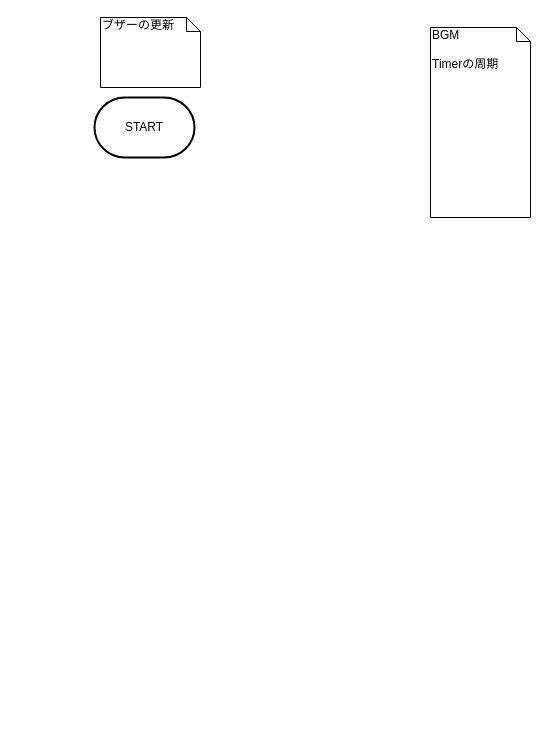
Earlier version of the draw.io diagram page "ブザーの更新" (2 of 3) of 資料/設計書/フローチャート/モグラ叩き_Buzzer.drawio (hakohumi/comp.train.whack-a-mole). Source tidied: cells renumbered, new cells numbered last; positions are measured from the earlier drawing's top-left corner, leaving out a move shared by most shapes. Both pictures are drawn from the tidied source at 100%, with x=0, y=0 at pixel (94, 17).
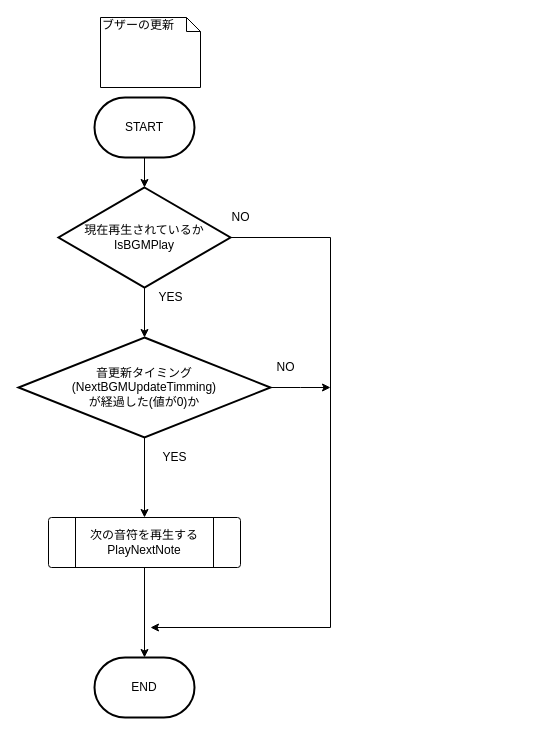
Above is the later version.

The change refers to these unchanged cells:
```xml
<mxCell id="2" value="START" style="strokeWidth=2;html=1;shape=mxgraph.flowchart.terminator;whiteSpace=wrap;" parent="1" vertex="1">
  <mxGeometry y="80" width="100" height="60" as="geometry" />
</mxCell>
```

Diff of the diagram source:
```diff
@@
+    <mxCell id="5" style="edgeStyle=orthogonalEdgeStyle;rounded=0;jettySize=auto;html=1;" parent="1" edge="1" source="2" target="8">
+      <mxGeometry relative="1" as="geometry" />
+    </mxCell>
@@
-    <mxCell id="4" value="BGM&lt;br&gt;&lt;br&gt;Timerの周期&lt;br&gt;" style="shape=note;whiteSpace=wrap;html=1;size=14;verticalAlign=top;align=left;spacingTop=-6;" parent="1" vertex="1">
-      <mxGeometry x="336" y="10" width="100" height="190" as="geometry" />
-    </mxCell>
+    <mxCell id="6" style="edgeStyle=orthogonalEdgeStyle;rounded=0;jettySize=auto;html=1;" parent="1" edge="1" source="8" target="11">
+      <mxGeometry relative="1" as="geometry" />
+    </mxCell>
+    <mxCell id="7" style="edgeStyle=orthogonalEdgeStyle;rounded=0;jettySize=auto;html=1;" parent="1" edge="1" source="8">
+      <mxGeometry relative="1" as="geometry">
+        <mxPoint x="56" y="610" as="targetPoint" />
+        <Array as="points">
+          <mxPoint x="236" y="220" />
+          <mxPoint x="236" y="610" />
+        </Array>
+      </mxGeometry>
+    </mxCell>
+    <mxCell id="8" value="現在再生されているか&lt;br&gt;IsBGMPlay" style="strokeWidth=2;html=1;shape=mxgraph.flowchart.decision;whiteSpace=wrap;" parent="1" vertex="1">
+      <mxGeometry x="-36" y="170" width="172" height="100" as="geometry" />
+    </mxCell>
+    <mxCell id="9" style="edgeStyle=orthogonalEdgeStyle;rounded=0;jettySize=auto;html=1;" parent="1" edge="1" source="11" target="13">
+      <mxGeometry relative="1" as="geometry" />
+    </mxCell>
+    <mxCell id="10" style="edgeStyle=orthogonalEdgeStyle;rounded=0;jettySize=auto;html=1;" parent="1" edge="1" source="11">
+      <mxGeometry relative="1" as="geometry">
+        <mxPoint x="236" y="370" as="targetPoint" />
+      </mxGeometry>
+    </mxCell>
+    <mxCell id="11" value="音更新タイミング&lt;br&gt;(NextBGMUpdateTimming)&lt;br&gt;が経過した(値が0)か" style="strokeWidth=2;html=1;shape=mxgraph.flowchart.decision;whiteSpace=wrap;" parent="1" vertex="1">
+      <mxGeometry x="-76" y="320" width="252" height="100" as="geometry" />
+    </mxCell>
+    <mxCell id="12" style="edgeStyle=orthogonalEdgeStyle;rounded=0;jettySize=auto;html=1;" parent="1" edge="1" source="13" target="16">
+      <mxGeometry relative="1" as="geometry" />
+    </mxCell>
+    <mxCell id="13" value="次の音符を再生する&lt;br&gt;PlayNextNote" style="verticalLabelPosition=middle;verticalAlign=middle;html=1;shape=process;whiteSpace=wrap;rounded=1;size=0.14;arcSize=6;labelPosition=center;align=center;" parent="1" vertex="1">
+      <mxGeometry x="-46" y="500" width="192" height="50" as="geometry" />
+    </mxCell>
+    <mxCell id="14" value="YES" style="text;html=1;align=center;verticalAlign=middle;" parent="1" vertex="1">
+      <mxGeometry x="60" y="430" width="40" height="20" as="geometry" />
+    </mxCell>
+    <mxCell id="15" value="YES" style="text;html=1;align=center;verticalAlign=middle;" parent="1" vertex="1">
+      <mxGeometry x="56" y="270" width="40" height="20" as="geometry" />
+    </mxCell>
+    <mxCell id="16" value="END" style="strokeWidth=2;html=1;shape=mxgraph.flowchart.terminator;whiteSpace=wrap;" parent="1" vertex="1">
+      <mxGeometry y="640" width="100" height="60" as="geometry" />
+    </mxCell>
+    <mxCell id="17" value="NO" style="text;html=1;align=center;verticalAlign=middle;" parent="1" vertex="1">
+      <mxGeometry x="131" y="190" width="30" height="20" as="geometry" />
+    </mxCell>
+    <mxCell id="18" value="NO" style="text;html=1;align=center;verticalAlign=middle;" parent="1" vertex="1">
+      <mxGeometry x="176" y="340" width="30" height="20" as="geometry" />
+    </mxCell>
```
